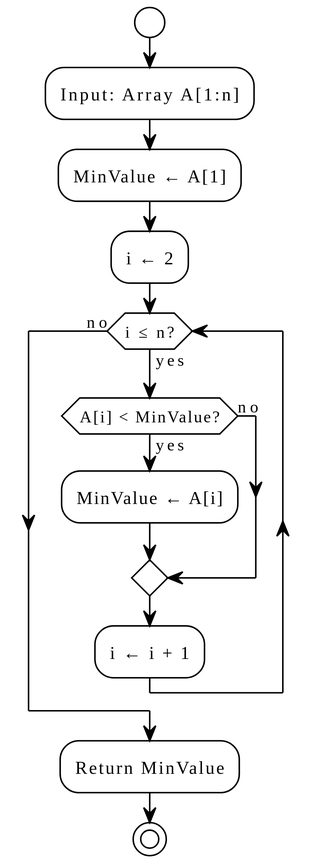
Above: find_min_flowchart.svg in melvincabatuan/PlantUML_Diagrams (PlantUML), before the change. The source it was exported from:
```plantuml
@startuml
!theme plain
skinparam dpi 300
start

:Input: Array A[1:n];

:MinValue ← A[1];
:i ← 2;

while (i ≤ n?) is (yes)
  if (A[i] < MinValue?) then (yes)
    :MinValue ← A[i];
  else (no)
  endif
  :i ← i + 1;
endwhile (no)

:Return MinValue;

stop
@enduml
```
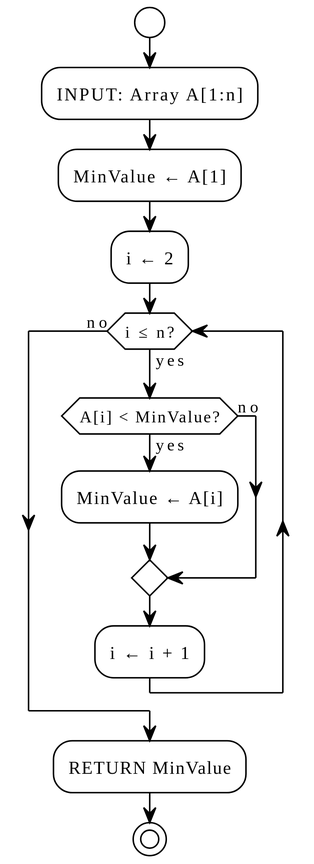
The same diagram one commit later.

The edit, as a diff of the source:
```diff
@@ -3,7 +3,7 @@
 skinparam dpi 300
 start
 
-:Input: Array A[1:n];
+:INPUT: Array A[1:n];
 
 :MinValue ← A[1];
 :i ← 2;
@@ -16,7 +16,7 @@
   :i ← i + 1;
 endwhile (no)
 
-:Return MinValue;
+:RETURN MinValue;
 
 stop
 @enduml
```
